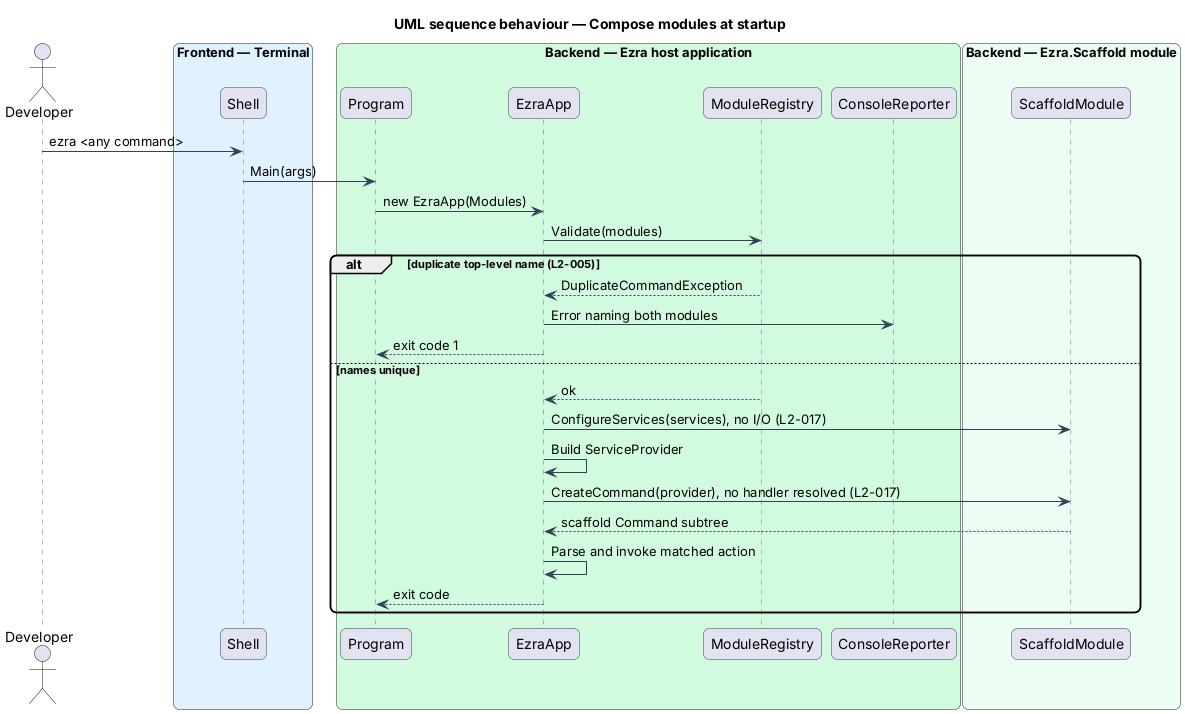
Earlier version of the PlantUML export docs/detailed-designs/cli-host/register-tool-modules/diagrams/sequence-startup.png (QuinntyneBrown/ezra). The source it was exported from:
```plantuml
@startuml
title UML sequence behaviour — Compose modules at startup
skinparam backgroundColor #FFFFFF
skinparam shadowing false
skinparam roundcorner 12
skinparam defaultFontName Arial
skinparam ArrowColor #344054
skinparam sequence {
  ParticipantBorderColor #344054
  LifeLineBorderColor #667085
}
actor "Developer" as dev
box "Frontend — Terminal" #E0F2FE
  participant "Shell" as shell
end box
box "Backend — Ezra host application" #D1FADF
  participant "Program" as program
  participant "EzraApp" as app
  participant "ModuleRegistry" as registry
  participant "ConsoleReporter" as reporter
end box
box "Backend — Ezra.Scaffold module" #ECFDF3
  participant "ScaffoldModule" as mod
end box
dev -> shell : ezra <any command>
shell -> program : Main(args)
program -> app : new EzraApp(Modules)
app -> registry : Validate(modules)
alt duplicate top-level name (L2-005)
  registry --> app : DuplicateCommandException
  app -> reporter : Error naming both modules
  app --> program : exit code 1
else names unique
  registry --> app : ok
  app -> mod : ConfigureServices(services), no I/O (L2-017)
  app -> app : Build ServiceProvider
  app -> mod : CreateCommand(provider), no handler resolved (L2-017)
  mod --> app : scaffold Command subtree
  app -> app : Parse and invoke matched action
  app --> program : exit code
end
@enduml
```
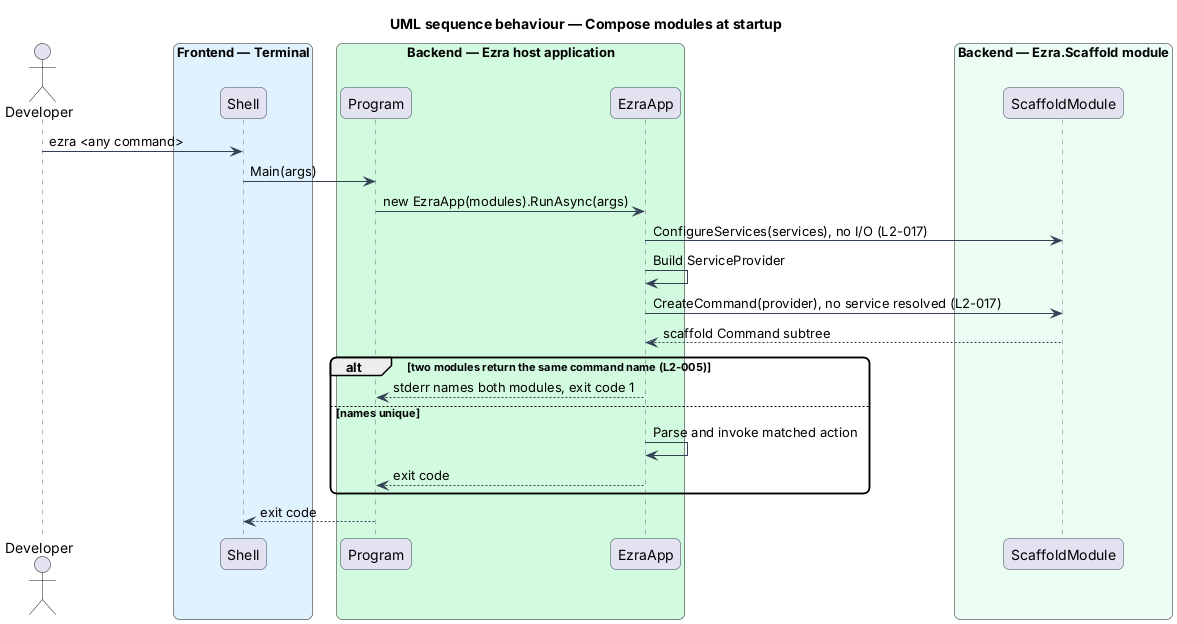
The same file after the commit.

What changed in the source:
```diff
@@ -16,27 +16,22 @@
 box "Backend — Ezra host application" #D1FADF
   participant "Program" as program
   participant "EzraApp" as app
-  participant "ModuleRegistry" as registry
-  participant "ConsoleReporter" as reporter
 end box
 box "Backend — Ezra.Scaffold module" #ECFDF3
   participant "ScaffoldModule" as mod
 end box
 dev -> shell : ezra <any command>
 shell -> program : Main(args)
-program -> app : new EzraApp(Modules)
-app -> registry : Validate(modules)
-alt duplicate top-level name (L2-005)
-  registry --> app : DuplicateCommandException
-  app -> reporter : Error naming both modules
-  app --> program : exit code 1
+program -> app : new EzraApp(modules).RunAsync(args)
+app -> mod : ConfigureServices(services), no I/O (L2-017)
+app -> app : Build ServiceProvider
+app -> mod : CreateCommand(provider), no service resolved (L2-017)
+mod --> app : scaffold Command subtree
+alt two modules return the same command name (L2-005)
+  app --> program : stderr names both modules, exit code 1
 else names unique
-  registry --> app : ok
-  app -> mod : ConfigureServices(services), no I/O (L2-017)
-  app -> app : Build ServiceProvider
-  app -> mod : CreateCommand(provider), no handler resolved (L2-017)
-  mod --> app : scaffold Command subtree
   app -> app : Parse and invoke matched action
   app --> program : exit code
 end
+program --> shell : exit code
 @enduml
```
